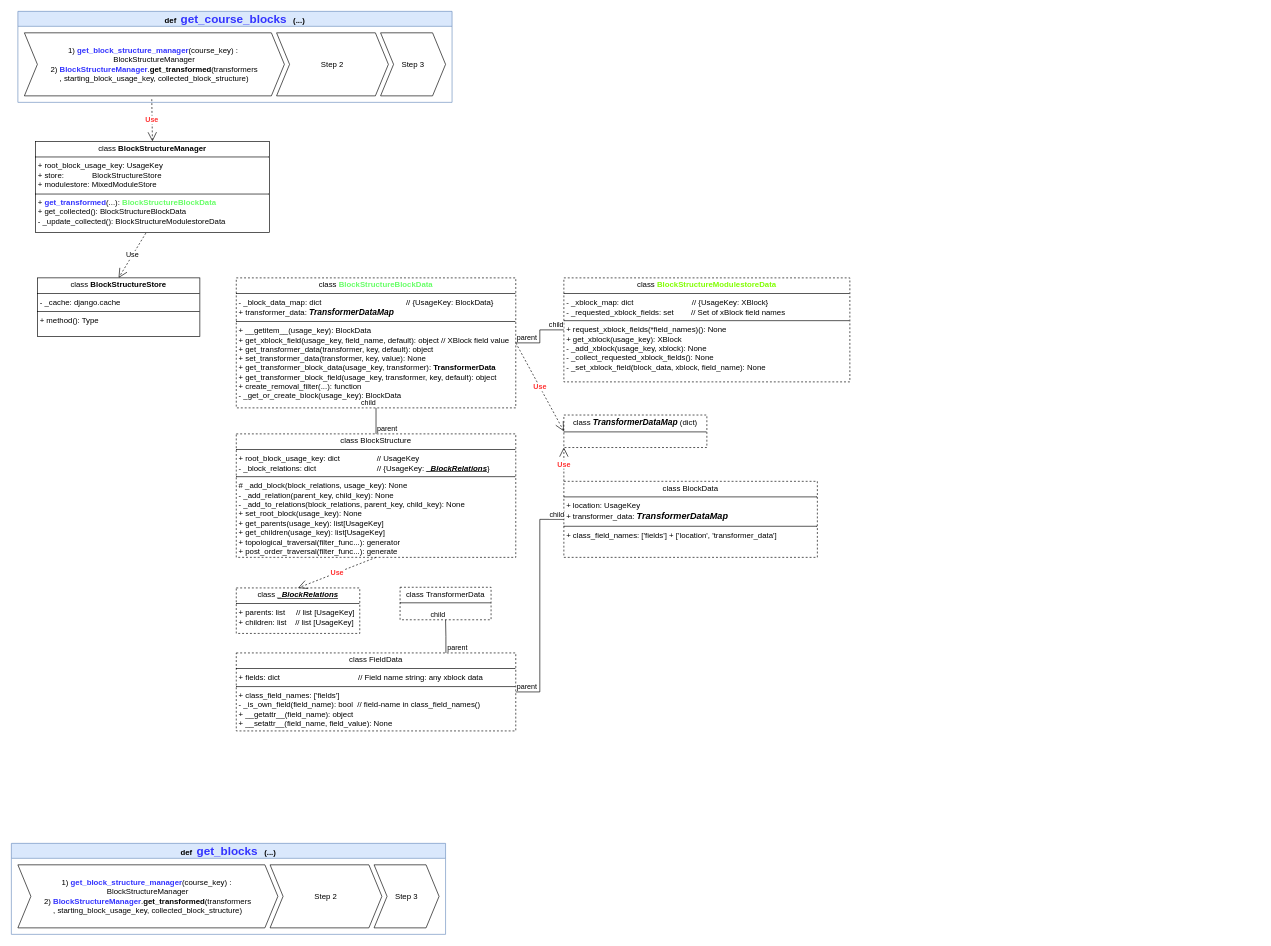
Earlier version of the draw.io diagram page "Course Blocks APIs" (2 of 2) of UMLs/LT-PlatformUML.drawio (3BodyProblem/lt-maintenance). Source tidied: cells renumbered, new cells numbered last; positions are measured from the earlier drawing's top-left corner, leaving out a move shared by most shapes. Both pictures are drawn from the tidied source at 65%, with x=0, y=0 at pixel (11, 11).
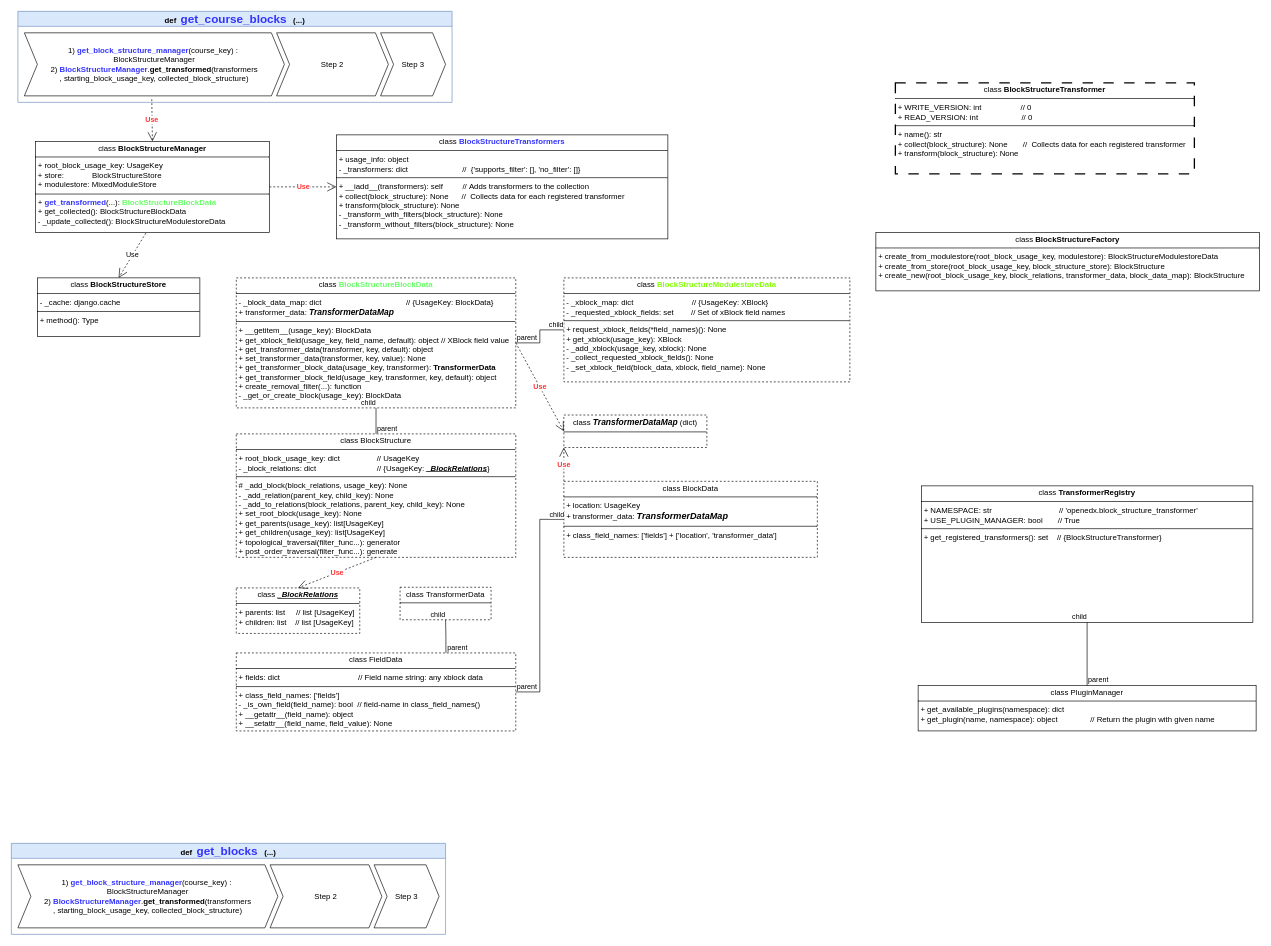
The same diagram, later.

Unchanged cells that the change refers to:
```xml
<mxCell id="6" value="&lt;p style=&quot;margin:0px;margin-top:4px;text-align:center;&quot;&gt;class&lt;b&gt;&amp;nbsp;&lt;/b&gt;&lt;span style=&quot;background-color: initial; text-align: left;&quot;&gt;&lt;b&gt;BlockStructureManager&lt;/b&gt;&lt;/span&gt;&lt;/p&gt;&lt;hr size=&quot;1&quot; style=&quot;border-style:solid;&quot;&gt;&lt;p style=&quot;margin:0px;margin-left:4px;&quot;&gt;+ root_block_usage_key: UsageKey&lt;/p&gt;&lt;p style=&quot;margin:0px;margin-left:4px;&quot;&gt;+ store:&amp;nbsp; &amp;nbsp; &amp;nbsp; &amp;nbsp; &amp;nbsp; &amp;nbsp; &amp;nbsp;&lt;span style=&quot;background-color: initial;&quot;&gt;BlockStructureStore&lt;/span&gt;&lt;/p&gt;&lt;p style=&quot;margin:0px;margin-left:4px;&quot;&gt;+ modulestore:&amp;nbsp;&lt;span style=&quot;background-color: initial;&quot;&gt;MixedModuleStore&lt;/span&gt;&lt;/p&gt;&lt;hr size=&quot;1&quot; style=&quot;border-style:solid;&quot;&gt;&lt;p style=&quot;margin:0px;margin-left:4px;&quot;&gt;+ &lt;b&gt;&lt;font color=&quot;#3333ff&quot;&gt;get_transformed&lt;/font&gt;&lt;/b&gt;(...):&amp;nbsp;&lt;span style=&quot;background-color: initial;&quot;&gt;&lt;b&gt;&lt;font color=&quot;#66ff66&quot;&gt;BlockStructureBlockData&lt;/font&gt;&lt;/b&gt;&lt;/span&gt;&lt;/p&gt;&lt;p style=&quot;margin:0px;margin-left:4px;&quot;&gt;&lt;span style=&quot;background-color: initial;&quot;&gt;+&amp;nbsp;&lt;/span&gt;&lt;span style=&quot;background-color: initial;&quot;&gt;get_collected():&lt;/span&gt;&lt;span style=&quot;background-color: initial;&quot;&gt;&amp;nbsp;BlockStructureBlockData&lt;/span&gt;&lt;/p&gt;&lt;p style=&quot;margin:0px;margin-left:4px;&quot;&gt;&lt;span style=&quot;background-color: initial;&quot;&gt;-&amp;nbsp;&lt;/span&gt;&lt;span style=&quot;background-color: initial;&quot;&gt;_update_collected():&amp;nbsp;&lt;/span&gt;&lt;span style=&quot;background-color: initial;&quot;&gt;BlockStructureModulestoreData&lt;/span&gt;&lt;/p&gt;" style="verticalAlign=top;align=left;overflow=fill;html=1;whiteSpace=wrap;" parent="1" vertex="1">
  <mxGeometry x="37" y="200" width="360" height="140" as="geometry" />
</mxCell>
```

The edit, as a diff of the source:
```diff
@@
-    <mxCell id="2" value="def&amp;nbsp;&amp;nbsp;&lt;font style=&quot;font-size: 18px;&quot; color=&quot;#3333ff&quot;&gt;get_course_blocks&amp;nbsp;&amp;nbsp;&lt;/font&gt;(...)" style="swimlane;horizontal=1;fillColor=#dae8fc;strokeColor=#6c8ebf;stackBorder=10;align=center;whiteSpace=wrap;html=1;" parent="1" vertex="1">
+    <mxCell id="2" value="&lt;font color=&quot;#000000&quot;&gt;def&lt;/font&gt;&amp;nbsp;&amp;nbsp;&lt;font style=&quot;font-size: 18px;&quot; color=&quot;#3333ff&quot;&gt;get_course_blocks&amp;nbsp;&amp;nbsp;&lt;/font&gt;&lt;font color=&quot;#000000&quot;&gt;(...)&lt;/font&gt;" style="swimlane;horizontal=1;fillColor=#dae8fc;strokeColor=#6c8ebf;stackBorder=10;align=center;whiteSpace=wrap;html=1;" parent="1" vertex="1">
       <mxGeometry x="10" width="668" height="140" as="geometry" />
     </mxCell>
@@
+    <mxCell id="37" value="&lt;p style=&quot;margin:0px;margin-top:4px;text-align:center;&quot;&gt;class&amp;nbsp;&lt;span style=&quot;background-color: initial; text-align: left;&quot;&gt;&lt;b&gt;BlockStructureFactory&lt;/b&gt;&lt;/span&gt;&lt;/p&gt;&lt;hr size=&quot;1&quot; style=&quot;border-style:solid;&quot;&gt;&lt;p style=&quot;margin:0px;margin-left:4px;&quot;&gt;&lt;/p&gt;&lt;p style=&quot;margin:0px;margin-left:4px;&quot;&gt;&lt;span style=&quot;background-color: initial;&quot;&gt;+&amp;nbsp;&lt;/span&gt;&lt;span style=&quot;background-color: initial;&quot;&gt;create_from_modulestore(root_block_usage_key, modulestore):&amp;nbsp;&lt;/span&gt;&lt;span style=&quot;background-color: initial;&quot;&gt;BlockStructureModulestoreData&lt;/span&gt;&lt;br&gt;&lt;/p&gt;&lt;p style=&quot;margin:0px;margin-left:4px;&quot;&gt;+&amp;nbsp;create_from_store(root_block_usage_key, block_structure_store):&amp;nbsp;&lt;span style=&quot;background-color: initial;&quot;&gt;BlockStructure&lt;/span&gt;&lt;/p&gt;&lt;p style=&quot;margin:0px;margin-left:4px;&quot;&gt;&lt;span style=&quot;background-color: initial;&quot;&gt;+&amp;nbsp;&lt;/span&gt;&lt;span style=&quot;background-color: initial;&quot;&gt;create_new(root_block_usage_key, block_relations, transformer_data, block_data_map):&amp;nbsp;&lt;/span&gt;&lt;span style=&quot;background-color: initial;&quot;&gt;BlockStructure&lt;/span&gt;&lt;/p&gt;" style="verticalAlign=top;align=left;overflow=fill;html=1;whiteSpace=wrap;" parent="1" vertex="1">
+      <mxGeometry x="1330" y="340" width="590" height="90" as="geometry" />
+    </mxCell>
+    <mxCell id="38" value="&lt;p style=&quot;margin:0px;margin-top:4px;text-align:center;&quot;&gt;class&amp;nbsp;&lt;span style=&quot;background-color: initial; text-align: left;&quot;&gt;&lt;b&gt;&lt;font color=&quot;#3333ff&quot;&gt;BlockStructureTransformers&lt;/font&gt;&lt;/b&gt;&lt;/span&gt;&lt;/p&gt;&lt;hr size=&quot;1&quot; style=&quot;border-style:solid;&quot;&gt;&lt;p style=&quot;margin:0px;margin-left:4px;&quot;&gt;+ usage_info: object&lt;/p&gt;&lt;p style=&quot;margin:0px;margin-left:4px;&quot;&gt;-&amp;nbsp;_transformers: dict&amp;nbsp; &amp;nbsp; &amp;nbsp; &amp;nbsp; &amp;nbsp; &amp;nbsp; &amp;nbsp; &amp;nbsp; &amp;nbsp; &amp;nbsp; &amp;nbsp; &amp;nbsp; &amp;nbsp;//&amp;nbsp; {'supports_filter': [], 'no_filter': []}&lt;/p&gt;&lt;hr size=&quot;1&quot; style=&quot;border-style:solid;&quot;&gt;&lt;p style=&quot;margin:0px;margin-left:4px;&quot;&gt;+ __iadd__(transformers): self&amp;nbsp; &amp;nbsp; &amp;nbsp; &amp;nbsp; &amp;nbsp;//&amp;nbsp;Adds transformers to the collection&lt;/p&gt;&lt;p style=&quot;margin:0px;margin-left:4px;&quot;&gt;+&amp;nbsp;collect(block_structure): None&amp;nbsp; &amp;nbsp; &amp;nbsp; //&amp;nbsp;&amp;nbsp;Collects data for each registered transformer&lt;/p&gt;&lt;p style=&quot;margin:0px;margin-left:4px;&quot;&gt;+&amp;nbsp;transform(block_structure): None&lt;/p&gt;&lt;p style=&quot;margin:0px;margin-left:4px;&quot;&gt;-&amp;nbsp;_transform_with_filters(block_structure): None&lt;/p&gt;&lt;p style=&quot;margin:0px;margin-left:4px;&quot;&gt;-&amp;nbsp;_transform_without_filters(block_structure): None&lt;/p&gt;" style="verticalAlign=top;align=left;overflow=fill;html=1;whiteSpace=wrap;" parent="1" vertex="1">
+      <mxGeometry x="500" y="190" width="510" height="160" as="geometry" />
+    </mxCell>
+    <mxCell id="39" value="&lt;p style=&quot;margin:0px;margin-top:4px;text-align:center;&quot;&gt;class&amp;nbsp;&lt;b&gt;TransformerRegistry&lt;/b&gt;&lt;/p&gt;&lt;hr size=&quot;1&quot; style=&quot;border-style:solid;&quot;&gt;&lt;p style=&quot;margin:0px;margin-left:4px;&quot;&gt;+ NAMESPACE: str&amp;nbsp; &amp;nbsp; &amp;nbsp; &amp;nbsp; &amp;nbsp; &amp;nbsp; &amp;nbsp; &amp;nbsp; &amp;nbsp; &amp;nbsp; &amp;nbsp; &amp;nbsp; &amp;nbsp; &amp;nbsp; &amp;nbsp; &amp;nbsp;// 'openedx.block_structure_transformer'&lt;/p&gt;&lt;p style=&quot;margin:0px;margin-left:4px;&quot;&gt;+&amp;nbsp;USE_PLUGIN_MANAGER: bool&amp;nbsp; &amp;nbsp; &amp;nbsp; &amp;nbsp;// True&lt;/p&gt;&lt;hr size=&quot;1&quot; style=&quot;border-style:solid;&quot;&gt;&lt;p style=&quot;margin:0px;margin-left:4px;&quot;&gt;+ get_registered_transformers(): set&amp;nbsp; &amp;nbsp; //&amp;nbsp;{BlockStructureTransformer}&lt;/p&gt;&lt;p style=&quot;margin:0px;margin-left:4px;&quot;&gt;&lt;br&gt;&lt;/p&gt;" style="verticalAlign=top;align=left;overflow=fill;html=1;whiteSpace=wrap;" parent="1" vertex="1">
+      <mxGeometry x="1400" y="730" width="510" height="210" as="geometry" />
+    </mxCell>
+    <mxCell id="40" value="&lt;p style=&quot;margin:0px;margin-top:4px;text-align:center;&quot;&gt;class&amp;nbsp;&lt;span style=&quot;background-color: initial; text-align: left;&quot;&gt;PluginManager&lt;/span&gt;&lt;/p&gt;&lt;hr size=&quot;1&quot; style=&quot;border-style:solid;&quot;&gt;&lt;p style=&quot;margin:0px;margin-left:4px;&quot;&gt;&lt;/p&gt;&lt;p style=&quot;margin:0px;margin-left:4px;&quot;&gt;+ get_available_plugins(namespace): dict&lt;/p&gt;&lt;p style=&quot;margin:0px;margin-left:4px;&quot;&gt;+&amp;nbsp;get_plugin(name, namespace): object&amp;nbsp; &amp;nbsp; &amp;nbsp; &amp;nbsp; &amp;nbsp; &amp;nbsp; &amp;nbsp; &amp;nbsp;// Return the plugin with given name&lt;/p&gt;" style="verticalAlign=top;align=left;overflow=fill;html=1;whiteSpace=wrap;" parent="1" vertex="1">
+      <mxGeometry x="1395" y="1037" width="520" height="70" as="geometry" />
+    </mxCell>
+    <mxCell id="41" style="endArrow=none;html=1;edgeStyle=orthogonalEdgeStyle;rounded=0;entryX=0.5;entryY=1;entryDx=0;entryDy=0;exitX=0.5;exitY=0;exitDx=0;exitDy=0;" parent="1" edge="1" source="40" target="39">
+      <mxGeometry relative="1" as="geometry" />
+    </mxCell>
+    <mxCell id="42" value="parent" style="edgeLabel;html=1;align=left;verticalAlign=bottom;" parent="41" vertex="1">
+      <mxGeometry x="-1" relative="1" as="geometry" />
+    </mxCell>
+    <mxCell id="43" value="child" style="edgeLabel;html=1;align=right;verticalAlign=bottom;" parent="41" vertex="1">
+      <mxGeometry x="1" relative="1" as="geometry" />
+    </mxCell>
+    <mxCell id="44" value="&lt;b&gt;&lt;font color=&quot;#ff3333&quot;&gt;Use&lt;/font&gt;&lt;/b&gt;" style="endArrow=open;endSize=12;dashed=1;html=1;rounded=0;exitX=1;exitY=0.5;exitDx=0;exitDy=0;entryX=0;entryY=0.5;entryDx=0;entryDy=0;" parent="1" edge="1" source="6" target="38">
+      <mxGeometry relative="1" as="geometry" />
+    </mxCell>
+    <mxCell id="45" value="&lt;p style=&quot;margin:0px;margin-top:4px;text-align:center;&quot;&gt;class&amp;nbsp;&lt;span style=&quot;background-color: initial; text-align: left;&quot;&gt;&lt;b&gt;BlockStructureTransformer&lt;/b&gt;&lt;/span&gt;&lt;/p&gt;&lt;hr size=&quot;1&quot; style=&quot;border-style:solid;&quot;&gt;&lt;p style=&quot;margin:0px;margin-left:4px;&quot;&gt;+ WRITE_VERSION: int&amp;nbsp; &amp;nbsp; &amp;nbsp; &amp;nbsp; &amp;nbsp; &amp;nbsp; &amp;nbsp; &amp;nbsp; &amp;nbsp; // 0&lt;/p&gt;&lt;p style=&quot;margin:0px;margin-left:4px;&quot;&gt;+&amp;nbsp;&lt;span style=&quot;background-color: initial;&quot;&gt;READ_VERSION: int&amp;nbsp; &amp;nbsp; &amp;nbsp; &amp;nbsp; &amp;nbsp; &amp;nbsp; &amp;nbsp; &amp;nbsp; &amp;nbsp; &amp;nbsp; // 0&lt;/span&gt;&lt;/p&gt;&lt;hr size=&quot;1&quot; style=&quot;border-style:solid;&quot;&gt;&lt;p style=&quot;margin:0px;margin-left:4px;&quot;&gt;+ name(): str&lt;/p&gt;&lt;p style=&quot;margin: 0px 0px 0px 4px;&quot;&gt;+&amp;nbsp;collect(block_structure): None&amp;nbsp; &amp;nbsp; &amp;nbsp; &amp;nbsp;//&amp;nbsp;&amp;nbsp;Collects data for each registered transformer&lt;/p&gt;&lt;p style=&quot;margin: 0px 0px 0px 4px;&quot;&gt;+&amp;nbsp;transform(block_structure): None&lt;/p&gt;" style="verticalAlign=top;align=left;overflow=fill;html=1;whiteSpace=wrap;dashed=1;dashPattern=8 8;strokeWidth=2;" parent="1" vertex="1">
+      <mxGeometry x="1360" y="110" width="460" height="140" as="geometry" />
+    </mxCell>
```
